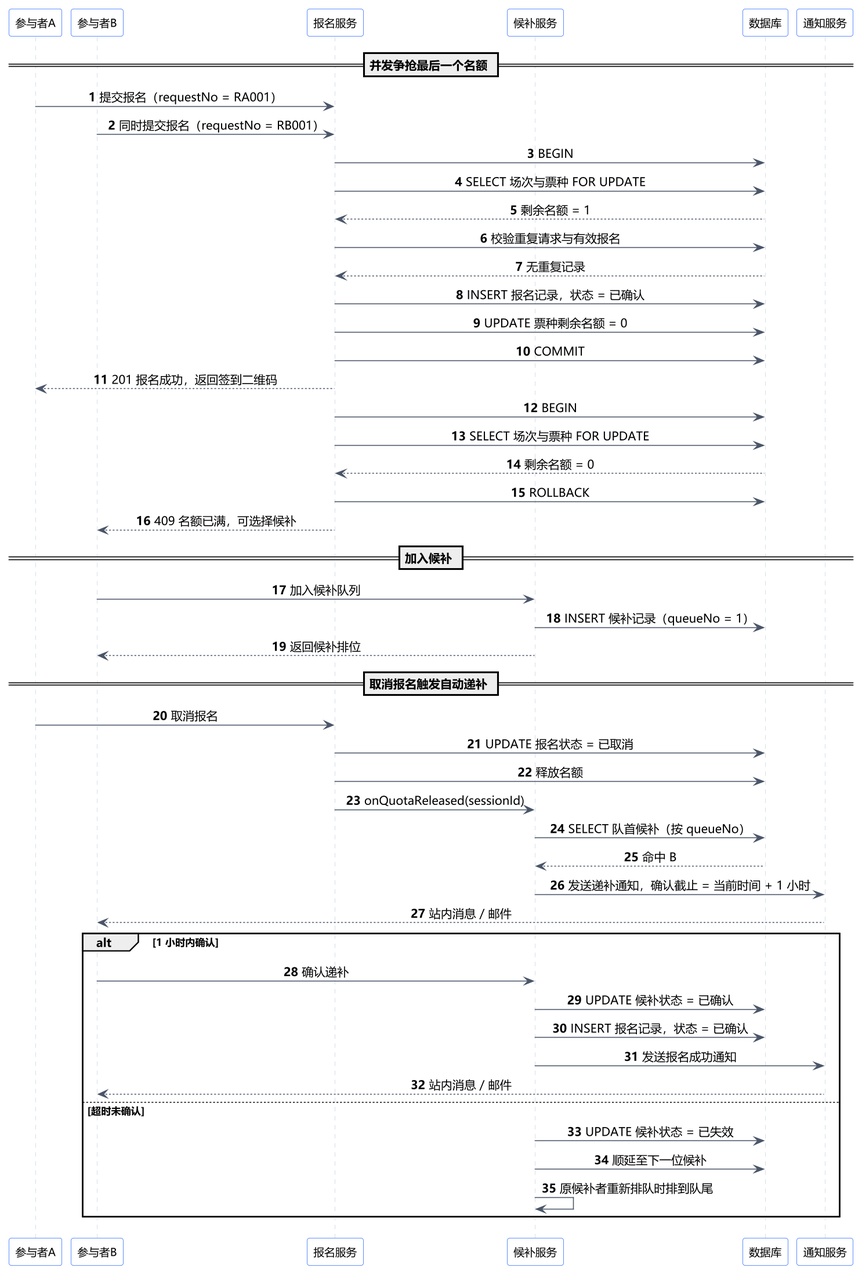
Before: lab2-软件设计与建模/UML/UML时序图.png, a diagram exported from PlantUML (2cyclyx/SE-labs). Source of this version:
```plantuml
@startuml UML时序图
skinparam defaultFontName "Microsoft YaHei"
skinparam dpi 150
skinparam shadowing false
skinparam sequenceMessageAlign center
skinparam ArrowColor #4A5568
skinparam participant {
  BackgroundColor #FFFFFF
  BorderColor #2F6BFF
  FontSize 12
}
skinparam sequence {
  LifeLineBorderColor #CBD5E0
  LifeLineBackgroundColor #F7F9FC
}
autonumber

participant "参与者A" as A
participant "参与者B" as B
participant "报名服务" as R
participant "候补服务" as W
participant "数据库" as DB
participant "通知服务" as N

== 并发争抢最后一个名额 ==
A -> R : 提交报名（requestNo = RA001）
B -> R : 同时提交报名（requestNo = RB001）

R -> DB : BEGIN
R -> DB : SELECT 场次与票种 FOR UPDATE
DB --> R : 剩余名额 = 1
R -> DB : 校验重复请求与有效报名
DB --> R : 无重复记录
R -> DB : INSERT 报名记录，状态 = 已确认
R -> DB : UPDATE 票种剩余名额 = 0
R -> DB : COMMIT
R --> A : 201 报名成功，返回签到二维码

R -> DB : BEGIN
R -> DB : SELECT 场次与票种 FOR UPDATE
DB --> R : 剩余名额 = 0
R -> DB : ROLLBACK
R --> B : 409 名额已满，可选择候补

== 加入候补 ==
B -> W : 加入候补队列
W -> DB : INSERT 候补记录（queueNo = 1）
W --> B : 返回候补排位

== 取消报名触发自动递补 ==
A -> R : 取消报名
R -> DB : UPDATE 报名状态 = 已取消
R -> DB : 释放名额
R -> W : onQuotaReleased(sessionId)

W -> DB : SELECT 队首候补（按 queueNo）
DB --> W : 命中 B
W -> N : 发送递补通知，确认截止 = 当前时间 + 1 小时
N --> B : 站内消息 / 邮件

alt 1 小时内确认
  B -> W : 确认递补
  W -> DB : UPDATE 候补状态 = 已确认
  W -> DB : INSERT 报名记录，状态 = 已确认
  W -> N : 发送报名成功通知
  N --> B : 站内消息 / 邮件
else 超时未确认
  W -> DB : UPDATE 候补状态 = 已失效
  W -> DB : 顺延至下一位候补
  W -> W : 原候补者重新排队时排到队尾
end

@enduml
```
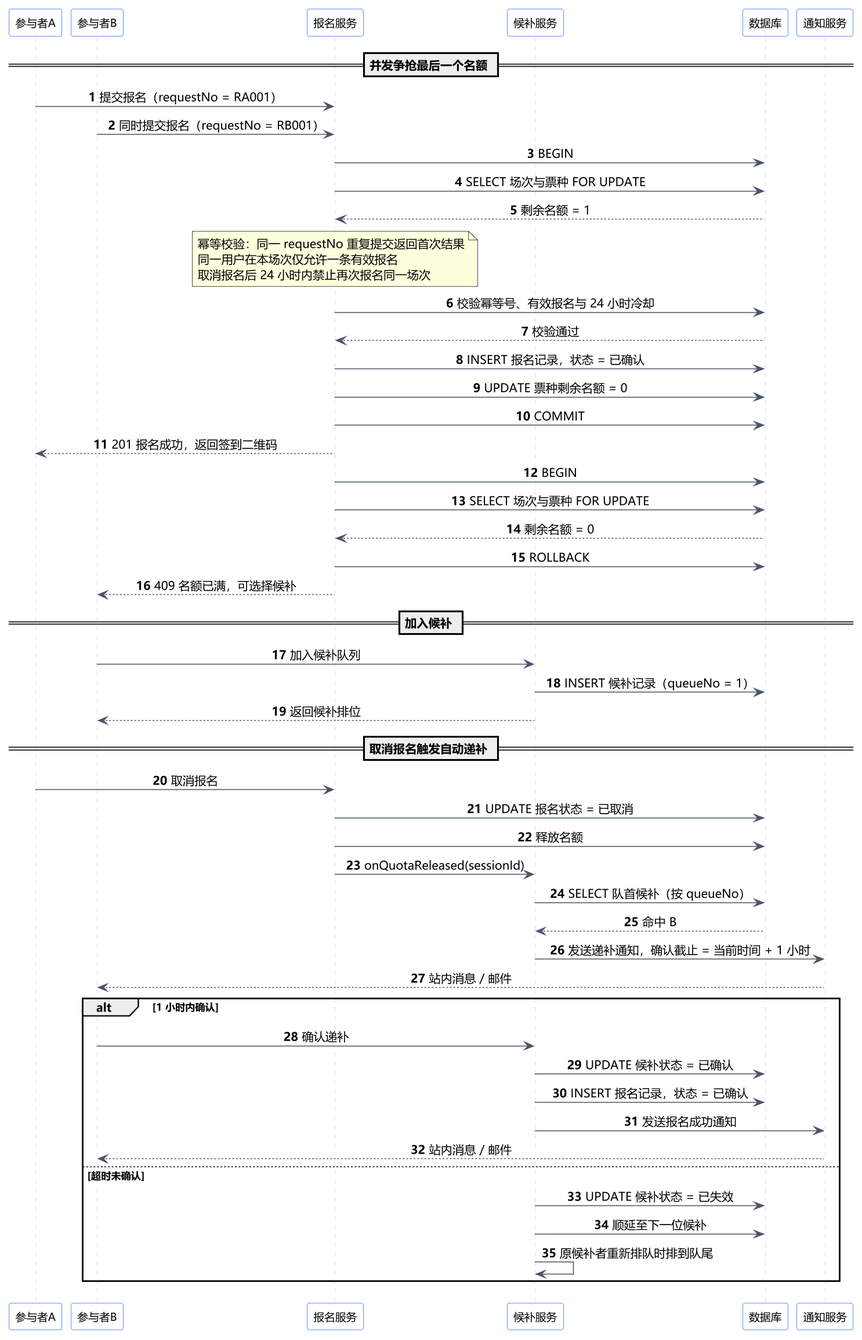
The same diagram one commit later.

The edit, as a diff of the source:
```diff
@@ -29,8 +29,9 @@
 R -> DB : BEGIN
 R -> DB : SELECT 场次与票种 FOR UPDATE
 DB --> R : 剩余名额 = 1
-R -> DB : 校验重复请求与有效报名
-DB --> R : 无重复记录
+note over R : 幂等校验：同一 requestNo 重复提交返回首次结果\n同一用户在本场次仅允许一条有效报名\n取消报名后 24 小时内禁止再次报名同一场次
+R -> DB : 校验幂等号、有效报名与 24 小时冷却
+DB --> R : 校验通过
 R -> DB : INSERT 报名记录，状态 = 已确认
 R -> DB : UPDATE 票种剩余名额 = 0
 R -> DB : COMMIT
```
